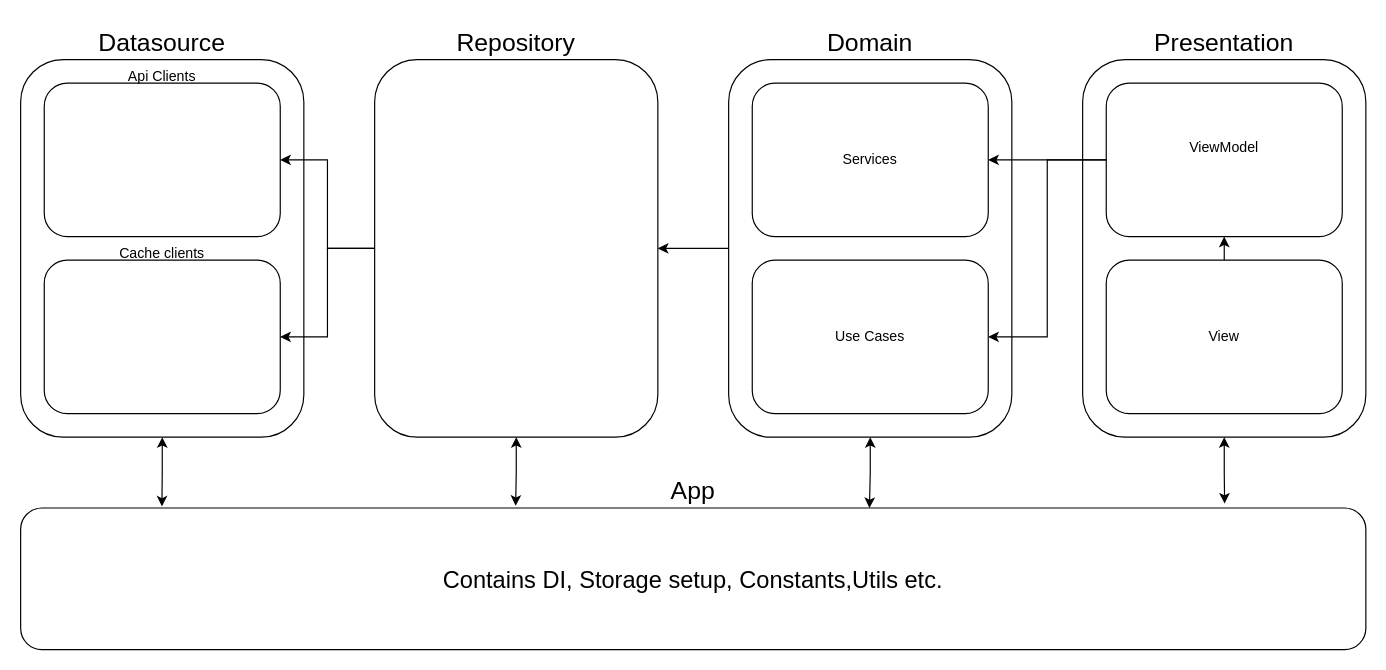
Before: architecture.drawio in AEZakmee/flutter_modular_template, a draw.io diagram. Source tidied: cells renumbered, new cells numbered last; positions are measured from the earlier drawing's top-left corner, leaving out a move shared by most shapes. Both pictures are drawn from the tidied source at 118%, with x=0, y=0 at pixel (20, 24).
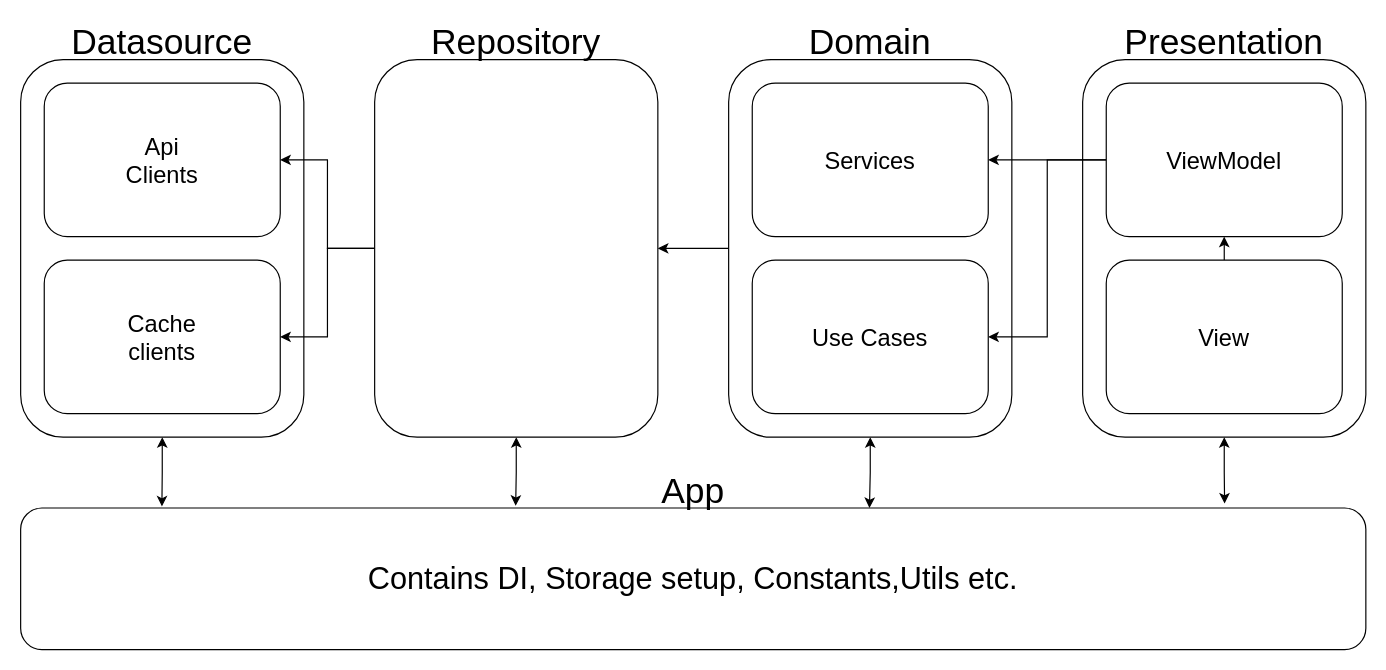
The same diagram, later.

What changed in the source:
```diff
@@
-    <mxCell id="15" value="Datasource" style="text;html=1;strokeColor=none;fillColor=none;align=center;verticalAlign=middle;whiteSpace=wrap;rounded=0;fontSize=21;" parent="1" vertex="1">
+    <mxCell id="15" value="Datasource" style="text;html=1;strokeColor=none;fillColor=none;align=center;verticalAlign=middle;whiteSpace=wrap;rounded=0;fontSize=30;" parent="1" vertex="1">
       <mxGeometry x="90" width="60" height="30" as="geometry" />
     </mxCell>
-    <mxCell id="16" value="Repository" style="text;html=1;strokeColor=none;fillColor=none;align=center;verticalAlign=middle;whiteSpace=wrap;rounded=0;fontSize=21;" parent="1" vertex="1">
+    <mxCell id="16" value="Repository" style="text;html=1;strokeColor=none;fillColor=none;align=center;verticalAlign=middle;whiteSpace=wrap;rounded=0;fontSize=30;" parent="1" vertex="1">
       <mxGeometry x="390" width="60" height="30" as="geometry" />
     </mxCell>
-    <mxCell id="17" value="&lt;div&gt;Domain&lt;/div&gt;" style="text;html=1;strokeColor=none;fillColor=none;align=center;verticalAlign=middle;whiteSpace=wrap;rounded=0;fontSize=21;" parent="1" vertex="1">
+    <mxCell id="17" value="&lt;div style=&quot;font-size: 30px;&quot;&gt;Domain&lt;/div&gt;" style="text;html=1;strokeColor=none;fillColor=none;align=center;verticalAlign=middle;whiteSpace=wrap;rounded=0;fontSize=30;" parent="1" vertex="1">
       <mxGeometry x="690" width="60" height="30" as="geometry" />
     </mxCell>
-    <mxCell id="18" value="Presentation" style="text;html=1;strokeColor=none;fillColor=none;align=center;verticalAlign=middle;whiteSpace=wrap;rounded=0;fontSize=21;" parent="1" vertex="1">
+    <mxCell id="18" value="Presentation" style="text;html=1;strokeColor=none;fillColor=none;align=center;verticalAlign=middle;whiteSpace=wrap;rounded=0;fontSize=30;" parent="1" vertex="1">
       <mxGeometry x="990" width="60" height="30" as="geometry" />
     </mxCell>
-    <mxCell id="19" value="&lt;font style=&quot;font-size: 20px;&quot;&gt;Contains DI, Storage setup, Constants,Utils etc.&lt;/font&gt;" style="rounded=1;whiteSpace=wrap;html=1;" parent="1" vertex="1">
+    <mxCell id="19" value="&lt;font style=&quot;font-size: 26px;&quot;&gt;Contains DI, Storage setup, Constants,Utils etc.&lt;/font&gt;" style="rounded=1;whiteSpace=wrap;html=1;fontSize=26;" parent="1" vertex="1">
       <mxGeometry y="410" width="1140" height="120" as="geometry" />
     </mxCell>
-    <mxCell id="20" value="&lt;div&gt;App&lt;/div&gt;" style="text;html=1;strokeColor=none;fillColor=none;align=center;verticalAlign=middle;whiteSpace=wrap;rounded=0;fontSize=21;" parent="1" vertex="1">
+    <mxCell id="20" value="&lt;div style=&quot;font-size: 30px;&quot;&gt;App&lt;/div&gt;" style="text;html=1;strokeColor=none;fillColor=none;align=center;verticalAlign=middle;whiteSpace=wrap;rounded=0;fontSize=30;" parent="1" vertex="1">
       <mxGeometry x="540" y="380" width="60" height="30" as="geometry" />
     </mxCell>
-    <mxCell id="21" value="Api Clients" style="text;html=1;strokeColor=none;fillColor=none;align=center;verticalAlign=middle;whiteSpace=wrap;rounded=0;" parent="1" vertex="1">
-      <mxGeometry x="90" y="30" width="60" height="30" as="geometry" />
+    <mxCell id="21" value="Api Clients" style="text;html=1;strokeColor=none;fillColor=none;align=center;verticalAlign=middle;whiteSpace=wrap;rounded=0;fontSize=20;" parent="1" vertex="1">
+      <mxGeometry x="90" y="100" width="60" height="30" as="geometry" />
     </mxCell>
-    <mxCell id="22" value="Cache clients" style="text;html=1;strokeColor=none;fillColor=none;align=center;verticalAlign=middle;whiteSpace=wrap;rounded=0;" parent="1" vertex="1">
-      <mxGeometry x="70" y="180" width="100" height="30" as="geometry" />
+    <mxCell id="22" value="Cache clients" style="text;html=1;strokeColor=none;fillColor=none;align=center;verticalAlign=middle;whiteSpace=wrap;rounded=0;fontSize=20;" parent="1" vertex="1">
+      <mxGeometry x="70" y="250" width="100" height="30" as="geometry" />
     </mxCell>
@@
-    <mxCell id="28" value="ViewModel" style="text;html=1;strokeColor=none;fillColor=none;align=center;verticalAlign=middle;whiteSpace=wrap;rounded=0;" parent="1" vertex="1">
-      <mxGeometry x="990" y="90" width="60" height="30" as="geometry" />
+    <mxCell id="28" value="ViewModel" style="text;html=1;strokeColor=none;fillColor=none;align=center;verticalAlign=middle;whiteSpace=wrap;rounded=0;fontSize=20;" parent="1" vertex="1">
+      <mxGeometry x="990" y="100" width="60" height="30" as="geometry" />
     </mxCell>
-    <mxCell id="29" value="View" style="text;html=1;strokeColor=none;fillColor=none;align=center;verticalAlign=middle;whiteSpace=wrap;rounded=0;" parent="1" vertex="1">
+    <mxCell id="29" value="View" style="text;html=1;strokeColor=none;fillColor=none;align=center;verticalAlign=middle;whiteSpace=wrap;rounded=0;fontSize=20;" parent="1" vertex="1">
       <mxGeometry x="990" y="250" width="60" height="30" as="geometry" />
     </mxCell>
-    <mxCell id="30" value="Services" style="rounded=1;whiteSpace=wrap;html=1;" parent="1" vertex="1">
+    <mxCell id="30" value="Services" style="rounded=1;whiteSpace=wrap;html=1;fontSize=20;" parent="1" vertex="1">
       <mxGeometry x="620" y="50" width="200" height="130" as="geometry" />
     </mxCell>
-    <mxCell id="31" value="Use Cases" style="rounded=1;whiteSpace=wrap;html=1;" parent="1" vertex="1">
+    <mxCell id="31" value="Use Cases" style="rounded=1;whiteSpace=wrap;html=1;fontSize=20;" parent="1" vertex="1">
       <mxGeometry x="620" y="200" width="200" height="130" as="geometry" />
     </mxCell>
```
